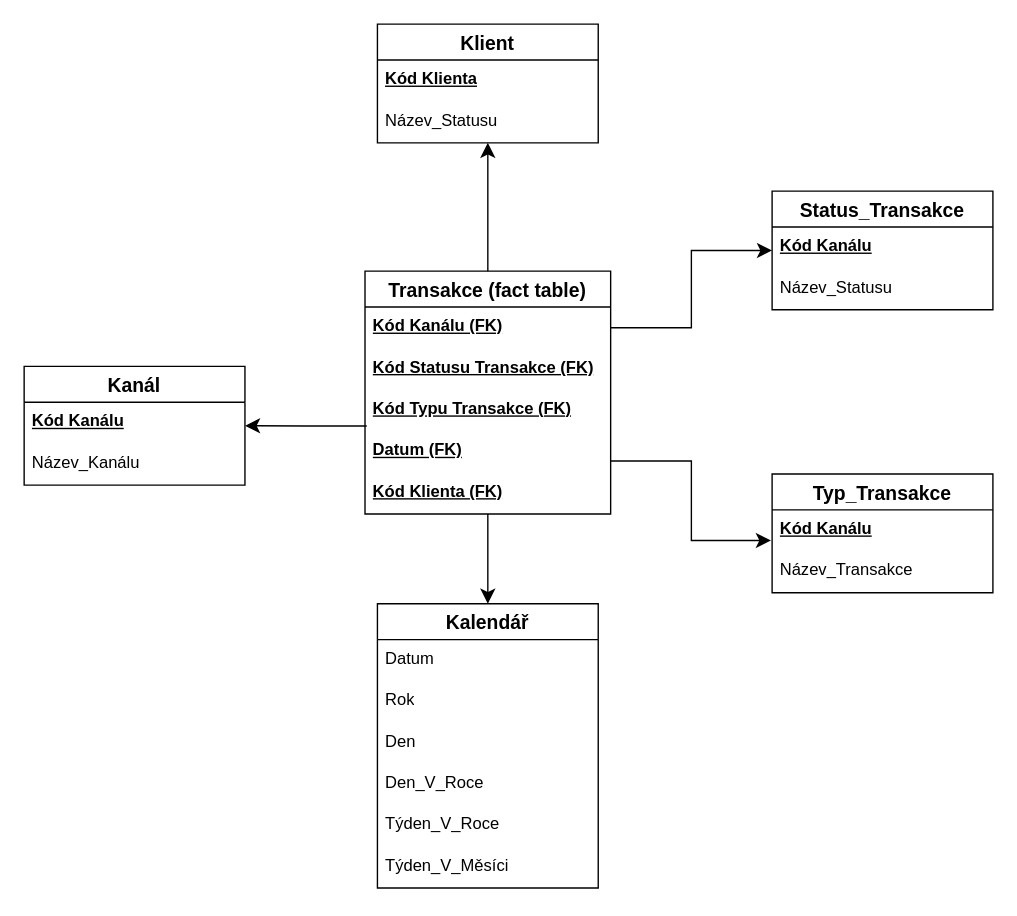
Before: page "Star" (3 of 3) of pis-hw5.drawio in Finishxx/draw-io, a draw.io diagram. Source tidied: cells renumbered, new cells numbered last; positions are measured from the earlier drawing's top-left corner, leaving out a move shared by most shapes. Both pictures are drawn from the tidied source at 138%, with x=0, y=0 at pixel (23, 23).
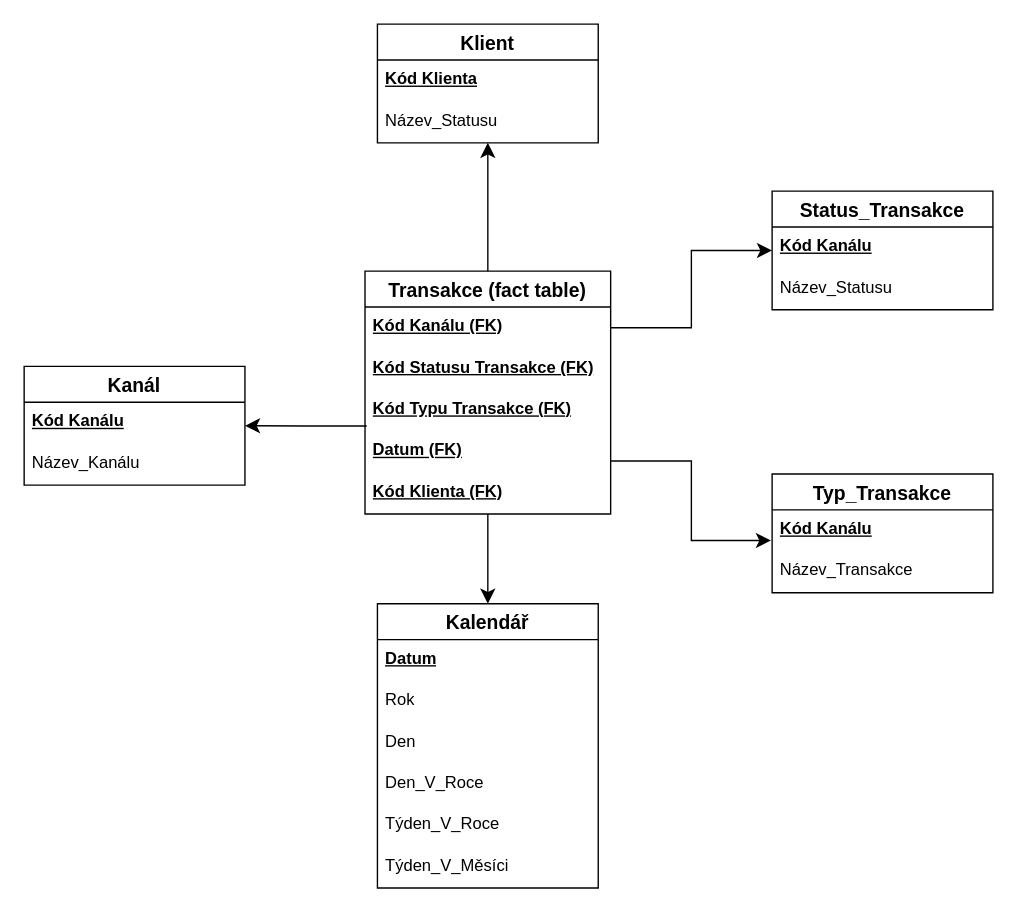
Above is the later version.

The change refers to these unchanged cells:
```xml
<mxCell id="9" value="Kalendář" style="swimlane;fontStyle=1;horizontal=1;startSize=26;align=center;fontSize=14;" parent="1" vertex="1">
  <mxGeometry x="256" y="420" width="160" height="206" as="geometry" />
</mxCell>
```

The edit, as a diff of the source:
```diff
@@
-    <mxCell id="10" value="Datum" style="text;strokeColor=none;fillColor=none;spacingLeft=4;spacingRight=4;overflow=hidden;fontSize=12;whiteSpace=wrap;html=1;" parent="9" vertex="1">
+    <mxCell id="10" value="&lt;b&gt;&lt;u&gt;Datum&lt;/u&gt;&lt;/b&gt;" style="text;strokeColor=none;fillColor=none;spacingLeft=4;spacingRight=4;overflow=hidden;fontSize=12;whiteSpace=wrap;html=1;" parent="9" vertex="1">
       <mxGeometry y="26" width="160" height="30" as="geometry" />
     </mxCell>
```
